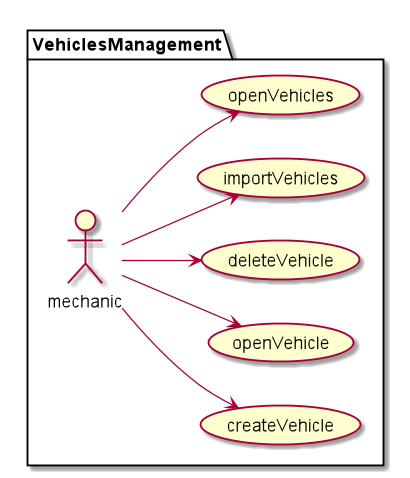
Ruskab/agrimManager keeps this PlantUML diagram as documentation/1requiremets/usecases/png/vechileUusecases.png. Above is the earlier version. Its diagram source:
```plantuml
@startuml

left to right direction


package VehiclesManagement {
:mechanic: --> (createVehicle)
:mechanic: --> (openVehicle)
:mechanic: --> (deleteVehicle)
:mechanic: --> (importVehicles)
:mechanic: --> (openVehicles)
}

@enduml
```
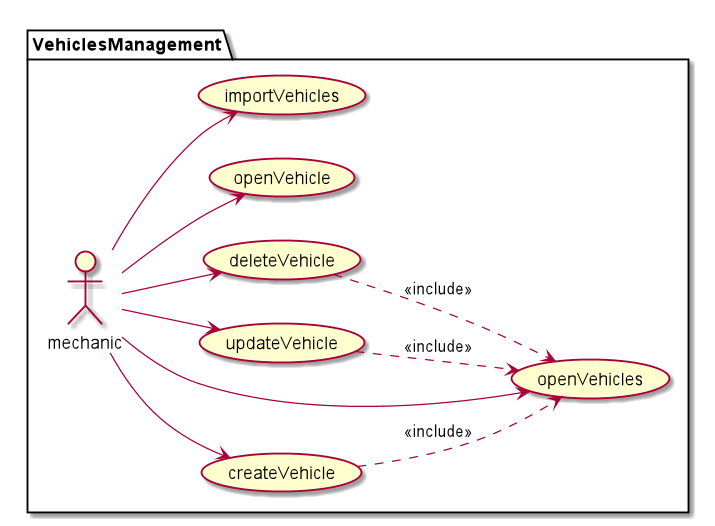
Above is the later version.

Diff of the diagram source:
```diff
@@ -5,8 +5,12 @@
 
 package VehiclesManagement {
 :mechanic: --> (createVehicle)
+(createVehicle) ..> (openVehicles) :<<include>>
+:mechanic: --> (updateVehicle)
+(updateVehicle) ..> (openVehicles) : <<include>>
+:mechanic: --> (deleteVehicle)
+(deleteVehicle) ..> (openVehicles) : <<include>>
 :mechanic: --> (openVehicle)
-:mechanic: --> (deleteVehicle)
 :mechanic: --> (importVehicles)
 :mechanic: --> (openVehicles)
 }
```
